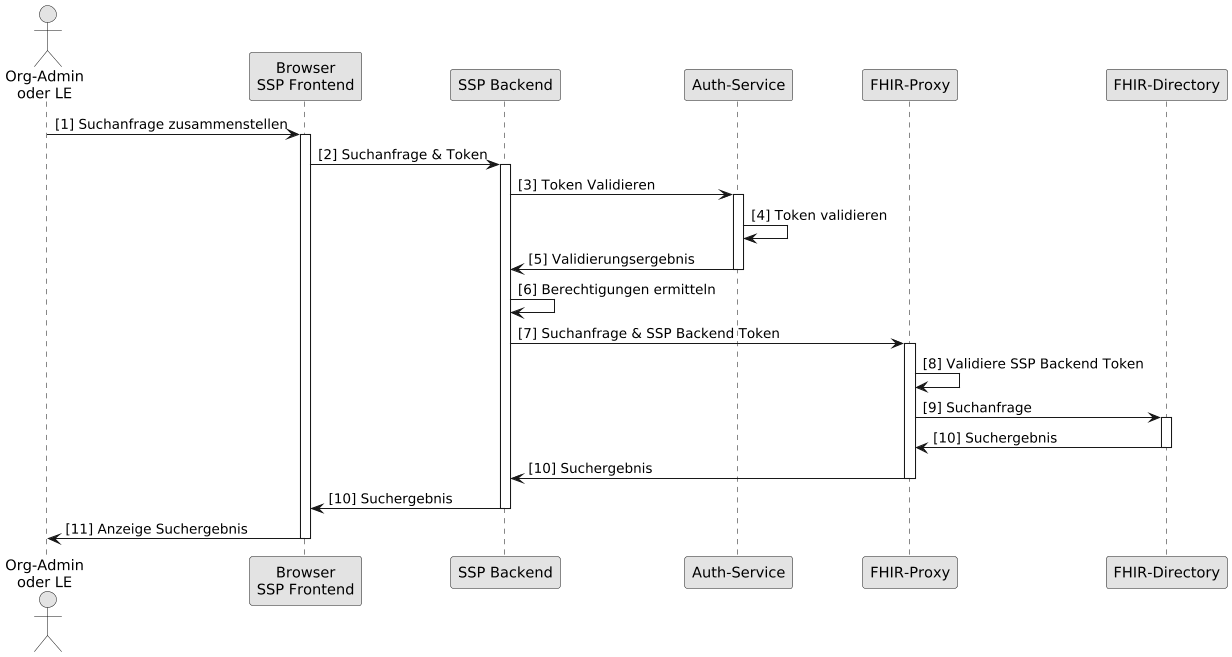
Before: images/diagrams/SequenceDiagram.FHIR-Directory.SSP.Suche.png, a diagram exported from PlantUML (gematik/api-vzd).
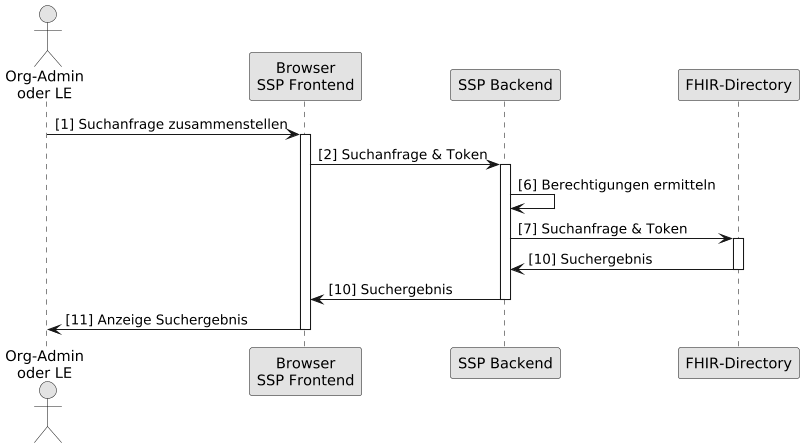
The same diagram one commit later.

What changed in the source:
```diff
@@ -6,8 +6,6 @@
 actor o as "Org-Admin\noder LE"
 participant cl as "Browser\nSSP Frontend"
 participant be as "SSP Backend"
-participant au as "Auth-Service"
-participant fp as "FHIR-Proxy"
 participant fd as "FHIR-Directory"
 
 
@@ -16,23 +14,15 @@
 cl -> be: [2] Suchanfrage & Token
 activate be
 
-be -> au: [3] Token Validieren
-activate au
-au -> au: [4] Token validieren
-au -> be: [5] Validierungsergebnis
-deactivate au
+
 
 be -> be: [6] Berechtigungen ermitteln
-be -> fp: [7] Suchanfrage & SSP Backend Token
-activate fp
-fp -> fp: [8] Validiere SSP Backend Token
-fp -> fd: [9] Suchanfrage
+be -> fd: [7] Suchanfrage & Token
 activate fd
 
-fd -> fp: [10] Suchergebnis
+fd -> be: [10] Suchergebnis
 deactivate fd
-fp -> be: [10] Suchergebnis
-deactivate fp
+
 be -> cl: [10] Suchergebnis
 deactivate be
 
```
